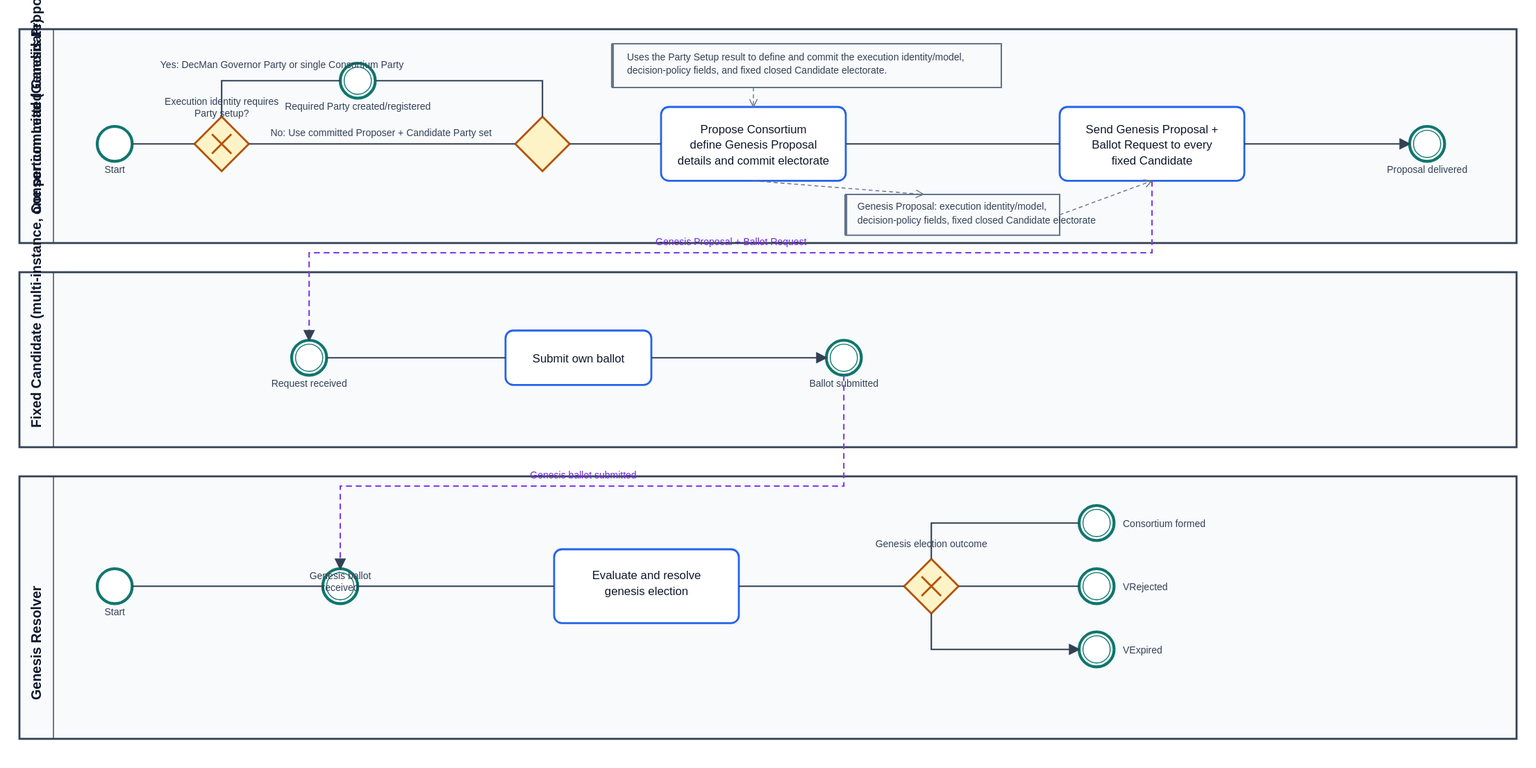
unlockitio/canton-dev-fund keeps this BPMN diagram as proposals/assets/01a-veridica-consortium-formation.svg. Above is the earlier version. Its source is kept beside it as proposals/assets/01a-veridica-consortium-formation.bpmn. Ids are renumbered. Source of this version:
```xml
<bpmn:definitions xmlns:xsi="http://www.w3.org/2001/XMLSchema-instance" xmlns:bpmn="http://www.omg.org/spec/BPMN/20100524/MODEL" xmlns:bpmndi="http://www.omg.org/spec/BPMN/20100524/DI" xmlns:dc="http://www.omg.org/spec/DD/20100524/DC" xmlns:di="http://www.omg.org/spec/DD/20100524/DI" id="Definitions_01a_veridica_consortium_formation" targetNamespace="https://unlockit.io/veridica/bpmn" exporter="Veridica deterministic renderer" exporterVersion="4.0">
  <bpmn:collaboration id="Collaboration">
    <bpmn:participant id="Participant_Lead" name="Consortium Lead (Genesis Proposer)" processRef="Process_Lead" />
    <bpmn:participant id="Participant_Candidates" name="Fixed Candidate (multi-instance, one per committed Candidate)" processRef="Process_Candidates" />
    <bpmn:participant id="Participant_Resolver" name="Genesis Resolver" processRef="Process_Resolver" />
    <bpmn:messageFlow id="Message_Proposal" name="Genesis Proposal + Ballot Request" sourceRef="A_ProposalDelivered" targetRef="A_RequestReceived" />
  </bpmn:collaboration>
  <bpmn:process id="Process_Lead" isExecutable="false">
    <bpmn:startEvent id="A_Start" name="Start">
      <bpmn:outgoing>A1</bpmn:outgoing>
    </bpmn:startEvent>
    <bpmn:exclusiveGateway id="A_PartySetup" name="Execution identity requires Party setup?" gatewayDirection="Diverging">
      <bpmn:incoming>A1</bpmn:incoming>
      <bpmn:outgoing>A2_Yes</bpmn:outgoing>
      <bpmn:outgoing>A2_No</bpmn:outgoing>
    </bpmn:exclusiveGateway>
    <bpmn:intermediateCatchEvent id="A_PartyCreated" name="Required Party created/registered">
      <bpmn:incoming>A2_Yes</bpmn:incoming>
      <bpmn:outgoing>A3</bpmn:outgoing>
    </bpmn:intermediateCatchEvent>
    <bpmn:exclusiveGateway id="A_PartyMerge" gatewayDirection="Converging">
      <bpmn:incoming>A2_No</bpmn:incoming>
      <bpmn:incoming>A3</bpmn:incoming>
      <bpmn:outgoing>A4</bpmn:outgoing>
    </bpmn:exclusiveGateway>
    <bpmn:task id="A_ProposeConsortium" name="Propose Consortium">
      <bpmn:incoming>A4</bpmn:incoming>
      <bpmn:outgoing>A6</bpmn:outgoing>
      <bpmn:dataOutputAssociation id="DataOutputAssociation_n1">
        <bpmn:targetRef>DataObjectReference_n2</bpmn:targetRef>
      </bpmn:dataOutputAssociation>
    </bpmn:task>
    <bpmn:sequenceFlow id="A1" sourceRef="A_Start" targetRef="A_PartySetup" />
    <bpmn:sequenceFlow id="A2_Yes" name="Yes: DecMan Governor Party or single Consortium Party" sourceRef="A_PartySetup" targetRef="A_PartyCreated" />
    <bpmn:sequenceFlow id="A2_No" name="No: Use committed Proposer + Candidate Party set" sourceRef="A_PartySetup" targetRef="A_PartyMerge" />
    <bpmn:sequenceFlow id="A3" sourceRef="A_PartyCreated" targetRef="A_PartyMerge" />
    <bpmn:sequenceFlow id="A4" sourceRef="A_PartyMerge" targetRef="A_ProposeConsortium" />
    <bpmn:sequenceFlow id="A6" sourceRef="A_ProposeConsortium" targetRef="A_SendProposal" />
    <bpmn:sequenceFlow id="A7" sourceRef="A_SendProposal" targetRef="A_ProposalDelivered" />
    <bpmn:dataObjectReference id="DataObjectReference_n2" name="Genesis Proposal" dataObjectRef="DataObject_n3" />
    <bpmn:dataObject id="DataObject_n3" />
    <bpmn:task id="A_SendProposal" name="Send Genesis Proposal + Ballot Request to every fixed Candidate">
      <bpmn:incoming>A6</bpmn:incoming>
      <bpmn:outgoing>A7</bpmn:outgoing>
    </bpmn:task>
    <bpmn:intermediateThrowEvent id="A_ProposalDelivered" name="Proposal delivered">
      <bpmn:incoming>A7</bpmn:incoming>
      <bpmn:messageEventDefinition id="MessageEventDefinition_n4" />
    </bpmn:intermediateThrowEvent>
    <bpmn:textAnnotation id="A_DecisionPolicies">
      <bpmn:text>Uses the Party Setup result to define and commit the execution identity/model, decision-policy fields, and fixed closed Candidate electorate.</bpmn:text>
    </bpmn:textAnnotation>
    <bpmn:association id="Assoc_A_DecisionPolicies" sourceRef="A_DecisionPolicies" targetRef="A_ProposeConsortium" />
  </bpmn:process>
  <bpmn:process id="Process_Candidates" isExecutable="false">
    <bpmn:sequenceFlow id="C1" sourceRef="A_RequestReceived" targetRef="A_SubmitBallot" />
    <bpmn:sequenceFlow id="C2" sourceRef="A_SubmitBallot" targetRef="A_BallotSubmitted" />
    <bpmn:startEvent id="A_RequestReceived" name="Request received">
      <bpmn:outgoing>C1</bpmn:outgoing>
      <bpmn:messageEventDefinition />
    </bpmn:startEvent>
    <bpmn:task id="A_SubmitBallot" name="Submit own ballot">
      <bpmn:incoming>C1</bpmn:incoming>
      <bpmn:outgoing>C2</bpmn:outgoing>
    </bpmn:task>
    <bpmn:intermediateThrowEvent id="A_BallotSubmitted" name="Ballot submitted">
      <bpmn:incoming>C2</bpmn:incoming>
      <bpmn:messageEventDefinition id="MessageEventDefinition_n5" />
    </bpmn:intermediateThrowEvent>
  </bpmn:process>
  <bpmn:process id="Process_Resolver" isExecutable="false">
    <bpmn:sequenceFlow id="R2" sourceRef="A_ReceiveBallots" targetRef="A_EvaluateResolve" />
    <bpmn:sequenceFlow id="R3" sourceRef="A_EvaluateResolve" targetRef="A_ElectionOutcome" />
    <bpmn:sequenceFlow id="R4" sourceRef="A_ElectionOutcome" targetRef="A_ConsortiumFormed" />
    <bpmn:sequenceFlow id="R5" sourceRef="A_ElectionOutcome" targetRef="A_VRejected" />
    <bpmn:sequenceFlow id="R6" sourceRef="A_ElectionOutcome" targetRef="A_VExpired" />
    <bpmn:task id="A_EvaluateResolve" name="Evaluate and resolve genesis election">
      <bpmn:incoming>R2</bpmn:incoming>
      <bpmn:outgoing>R3</bpmn:outgoing>
    </bpmn:task>
    <bpmn:exclusiveGateway id="A_ElectionOutcome" name="Genesis election outcome" gatewayDirection="Diverging">
      <bpmn:incoming>R3</bpmn:incoming>
      <bpmn:outgoing>R4</bpmn:outgoing>
      <bpmn:outgoing>R5</bpmn:outgoing>
      <bpmn:outgoing>R6</bpmn:outgoing>
    </bpmn:exclusiveGateway>
    <bpmn:endEvent id="A_ConsortiumFormed" name="Consortium formed">
      <bpmn:incoming>R4</bpmn:incoming>
    </bpmn:endEvent>
    <bpmn:endEvent id="A_VRejected" name="VRejected">
      <bpmn:incoming>R5</bpmn:incoming>
    </bpmn:endEvent>
    <bpmn:endEvent id="A_VExpired" name="VExpired">
      <bpmn:incoming>R6</bpmn:incoming>
    </bpmn:endEvent>
    <bpmn:startEvent id="A_ReceiveBallots" name="Genesis ballot received">
      <bpmn:outgoing>R2</bpmn:outgoing>
      <bpmn:conditionalEventDefinition id="ConditionalEventDefinition_n6">
        <bpmn:condition xsi:type="bpmn:tFormalExpression" />
      </bpmn:conditionalEventDefinition>
    </bpmn:startEvent>
  </bpmn:process>
  <bpmndi:BPMNDiagram id="Diagram">
    <bpmndi:BPMNPlane id="Plane" bpmnElement="Collaboration">
      <bpmndi:BPMNShape id="DI_Participant_Lead" bpmnElement="Participant_Lead" isHorizontal="true">
        <dc:Bounds x="20" y="30" width="1540" height="360" />
      </bpmndi:BPMNShape>
      <bpmndi:BPMNShape id="DI_A_Start" bpmnElement="A_Start">
        <dc:Bounds x="100" y="126" width="36" height="36" />
      </bpmndi:BPMNShape>
      <bpmndi:BPMNShape id="DI_A_PartySetup" bpmnElement="A_PartySetup" isMarkerVisible="true">
        <dc:Bounds x="200" y="120" width="56" height="56" />
      </bpmndi:BPMNShape>
      <bpmndi:BPMNShape id="DI_A_PartyCreated" bpmnElement="A_PartyCreated">
        <dc:Bounds x="350" y="65" width="36" height="36" />
      </bpmndi:BPMNShape>
      <bpmndi:BPMNShape id="DI_A_PartyMerge" bpmnElement="A_PartyMerge" isMarkerVisible="true">
        <dc:Bounds x="530" y="120" width="56" height="56" />
      </bpmndi:BPMNShape>
      <bpmndi:BPMNShape id="DI_A_ProposeConsortium" bpmnElement="A_ProposeConsortium">
        <dc:Bounds x="680" y="110" width="190" height="76" />
      </bpmndi:BPMNShape>
      <bpmndi:BPMNShape id="DataObjectReference_n2_di" bpmnElement="DataObjectReference_n2">
        <dc:Bounds x="757" y="235" width="36" height="50" />
        <bpmndi:BPMNLabel>
          <dc:Bounds x="732" y="292" width="87" height="14" />
        </bpmndi:BPMNLabel>
      </bpmndi:BPMNShape>
      <bpmndi:BPMNShape id="DI_A_SendProposal" bpmnElement="A_SendProposal">
        <dc:Bounds x="1005" y="110" width="190" height="76" />
      </bpmndi:BPMNShape>
      <bpmndi:BPMNShape id="Event_10jy2o2_di" bpmnElement="A_ProposalDelivered">
        <dc:Bounds x="1342" y="130" width="36" height="36" />
        <bpmndi:BPMNLabel>
          <dc:Bounds x="1337" y="93" width="45" height="27" />
        </bpmndi:BPMNLabel>
      </bpmndi:BPMNShape>
      <bpmndi:BPMNShape id="DI_A_DecisionPolicies" bpmnElement="A_DecisionPolicies">
        <dc:Bounds x="630" y="45" width="270" height="45" />
      </bpmndi:BPMNShape>
      <bpmndi:BPMNEdge id="DI_A1" bpmnElement="A1">
        <di:waypoint x="136" y="144" />
        <di:waypoint x="200" y="144" />
      </bpmndi:BPMNEdge>
      <bpmndi:BPMNEdge id="DI_A2_Yes" bpmnElement="A2_Yes">
        <di:waypoint x="228" y="120" />
        <di:waypoint x="228" y="83" />
        <di:waypoint x="350" y="83" />
        <bpmndi:BPMNLabel>
          <dc:Bounds x="125" y="53" width="89" height="53" />
        </bpmndi:BPMNLabel>
      </bpmndi:BPMNEdge>
      <bpmndi:BPMNEdge id="DI_A2_No" bpmnElement="A2_No">
        <di:waypoint x="256" y="148" />
        <di:waypoint x="530" y="148" />
        <bpmndi:BPMNLabel>
          <dc:Bounds x="354" y="157" width="79" height="66" />
        </bpmndi:BPMNLabel>
      </bpmndi:BPMNEdge>
      <bpmndi:BPMNEdge id="DI_A3" bpmnElement="A3">
        <di:waypoint x="386" y="83" />
        <di:waypoint x="558" y="83" />
        <di:waypoint x="558" y="120" />
      </bpmndi:BPMNEdge>
      <bpmndi:BPMNEdge id="DI_A4" bpmnElement="A4">
        <di:waypoint x="586" y="148" />
        <di:waypoint x="680" y="148" />
      </bpmndi:BPMNEdge>
      <bpmndi:BPMNEdge id="DI_A6" bpmnElement="A6">
        <di:waypoint x="870" y="148" />
        <di:waypoint x="1005" y="148" />
      </bpmndi:BPMNEdge>
      <bpmndi:BPMNEdge id="DI_A7" bpmnElement="A7">
        <di:waypoint x="1195" y="148" />
        <di:waypoint x="1342" y="148" />
      </bpmndi:BPMNEdge>
      <bpmndi:BPMNEdge id="DI_Assoc_A_DecisionPolicies" bpmnElement="Assoc_A_DecisionPolicies">
        <di:waypoint x="775" y="90" />
        <di:waypoint x="775" y="110" />
      </bpmndi:BPMNEdge>
      <bpmndi:BPMNShape id="DI_Participant_Candidates" bpmnElement="Participant_Candidates" isHorizontal="true">
        <dc:Bounds x="20" y="410" width="1540" height="180" />
      </bpmndi:BPMNShape>
      <bpmndi:BPMNShape id="DI_A_RequestReceived" bpmnElement="A_RequestReceived">
        <dc:Bounds x="102" y="480" width="36" height="36" />
        <bpmndi:BPMNLabel>
          <dc:Bounds x="77" y="516" width="86" height="14" />
        </bpmndi:BPMNLabel>
      </bpmndi:BPMNShape>
      <bpmndi:BPMNShape id="DI_A_SubmitBallot" bpmnElement="A_SubmitBallot">
        <dc:Bounds x="235" y="470" width="150" height="56" />
      </bpmndi:BPMNShape>
      <bpmndi:BPMNShape id="Event_15ssiat_di" bpmnElement="A_BallotSubmitted">
        <dc:Bounds x="502" y="480" width="36" height="36" />
        <bpmndi:BPMNLabel>
          <dc:Bounds x="480" y="456" width="79" height="14" />
        </bpmndi:BPMNLabel>
      </bpmndi:BPMNShape>
      <bpmndi:BPMNEdge id="DI_C1" bpmnElement="C1">
        <di:waypoint x="138" y="498" />
        <di:waypoint x="235" y="498" />
      </bpmndi:BPMNEdge>
      <bpmndi:BPMNEdge id="DI_C2" bpmnElement="C2">
        <di:waypoint x="385" y="498" />
        <di:waypoint x="502" y="498" />
      </bpmndi:BPMNEdge>
      <bpmndi:BPMNShape id="DI_Participant_Resolver" bpmnElement="Participant_Resolver" isHorizontal="true">
        <dc:Bounds x="20" y="620" width="1540" height="270" />
      </bpmndi:BPMNShape>
      <bpmndi:BPMNShape id="DI_A_EvaluateResolve" bpmnElement="A_EvaluateResolve">
        <dc:Bounds x="235" y="695" width="190" height="76" />
      </bpmndi:BPMNShape>
      <bpmndi:BPMNShape id="DI_A_ElectionOutcome" bpmnElement="A_ElectionOutcome" isMarkerVisible="true">
        <dc:Bounds x="492" y="705" width="56" height="56" />
        <bpmndi:BPMNLabel>
          <dc:Bounds x="479" y="761" width="82" height="27" />
        </bpmndi:BPMNLabel>
      </bpmndi:BPMNShape>
      <bpmndi:BPMNShape id="DI_A_ConsortiumFormed" bpmnElement="A_ConsortiumFormed">
        <dc:Bounds x="632" y="650" width="36" height="36" />
        <bpmndi:BPMNLabel>
          <dc:Bounds x="622" y="686" width="57" height="27" />
        </bpmndi:BPMNLabel>
      </bpmndi:BPMNShape>
      <bpmndi:BPMNShape id="DI_A_VRejected" bpmnElement="A_VRejected">
        <dc:Bounds x="632" y="715" width="36" height="36" />
        <bpmndi:BPMNLabel>
          <dc:Bounds x="625" y="751" width="51" height="14" />
        </bpmndi:BPMNLabel>
      </bpmndi:BPMNShape>
      <bpmndi:BPMNShape id="DI_A_VExpired" bpmnElement="A_VExpired">
        <dc:Bounds x="632" y="780" width="36" height="36" />
        <bpmndi:BPMNLabel>
          <dc:Bounds x="628" y="816" width="45" height="14" />
        </bpmndi:BPMNLabel>
      </bpmndi:BPMNShape>
      <bpmndi:BPMNShape id="Event_1elhw67_di" bpmnElement="A_ReceiveBallots">
        <dc:Bounds x="102" y="715" width="36" height="36" />
        <bpmndi:BPMNLabel>
          <dc:Bounds x="85" y="751" width="70" height="27" />
        </bpmndi:BPMNLabel>
      </bpmndi:BPMNShape>
      <bpmndi:BPMNEdge id="DI_R2" bpmnElement="R2">
        <di:waypoint x="138" y="733" />
        <di:waypoint x="235" y="733" />
      </bpmndi:BPMNEdge>
      <bpmndi:BPMNEdge id="DI_R3" bpmnElement="R3">
        <di:waypoint x="425" y="733" />
        <di:waypoint x="492" y="733" />
      </bpmndi:BPMNEdge>
      <bpmndi:BPMNEdge id="DI_R4" bpmnElement="R4">
        <di:waypoint x="520" y="705" />
        <di:waypoint x="520" y="668" />
        <di:waypoint x="632" y="668" />
      </bpmndi:BPMNEdge>
      <bpmndi:BPMNEdge id="DI_R5" bpmnElement="R5">
        <di:waypoint x="548" y="733" />
        <di:waypoint x="632" y="733" />
      </bpmndi:BPMNEdge>
      <bpmndi:BPMNEdge id="DI_R6" bpmnElement="R6">
        <di:waypoint x="520" y="761" />
        <di:waypoint x="520" y="798" />
        <di:waypoint x="632" y="798" />
      </bpmndi:BPMNEdge>
      <bpmndi:BPMNEdge id="DataOutputAssociation_n1_di" bpmnElement="DataOutputAssociation_n1">
        <di:waypoint x="774" y="186" />
        <di:waypoint x="773" y="235" />
      </bpmndi:BPMNEdge>
      <bpmndi:BPMNEdge id="DI_Message_Proposal" bpmnElement="Message_Proposal">
        <di:waypoint x="1362" y="166" />
        <di:waypoint x="1362" y="340" />
        <di:waypoint x="120" y="340" />
        <di:waypoint x="120" y="480" />
        <bpmndi:BPMNLabel>
          <dc:Bounds x="1376" y="326" width="87" height="27" />
        </bpmndi:BPMNLabel>
      </bpmndi:BPMNEdge>
    </bpmndi:BPMNPlane>
  </bpmndi:BPMNDiagram>
</bpmn:definitions>
```
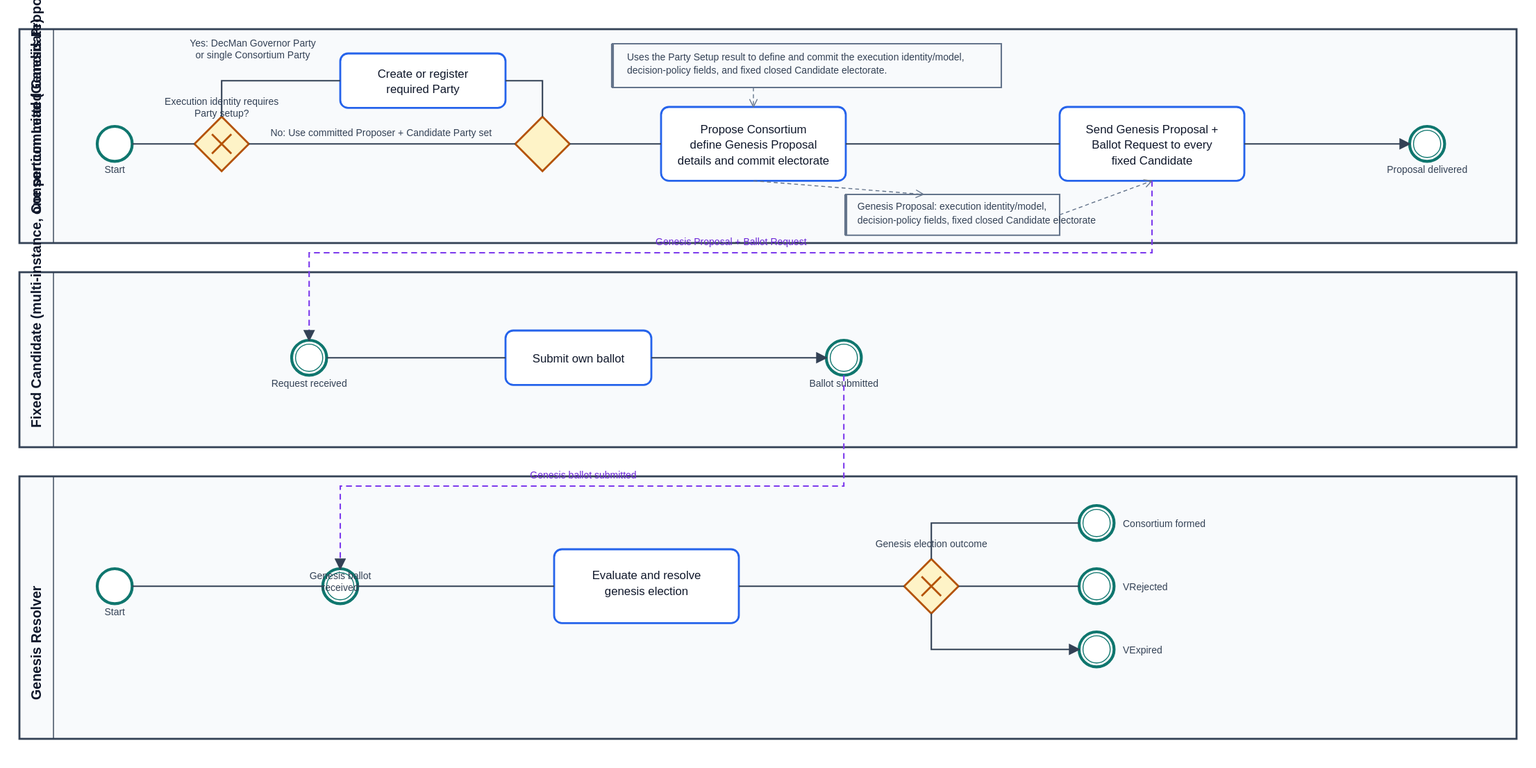
The same diagram one commit later.

Commit message:
Model required Party registration

Diff of the diagram source:
```diff
@@ -14,10 +14,10 @@
       <bpmn:outgoing>A2_Yes</bpmn:outgoing>
       <bpmn:outgoing>A2_No</bpmn:outgoing>
     </bpmn:exclusiveGateway>
-    <bpmn:intermediateCatchEvent id="A_PartyCreated" name="Required Party created/registered">
+    <bpmn:task id="A_PartyCreated" name="Create or register required Party">
       <bpmn:incoming>A2_Yes</bpmn:incoming>
       <bpmn:outgoing>A3</bpmn:outgoing>
-    </bpmn:intermediateCatchEvent>
+    </bpmn:task>
     <bpmn:exclusiveGateway id="A_PartyMerge" gatewayDirection="Converging">
       <bpmn:incoming>A2_No</bpmn:incoming>
       <bpmn:incoming>A3</bpmn:incoming>
@@ -112,7 +112,7 @@
         <dc:Bounds x="200" y="120" width="56" height="56" />
       </bpmndi:BPMNShape>
       <bpmndi:BPMNShape id="DI_A_PartyCreated" bpmnElement="A_PartyCreated">
-        <dc:Bounds x="350" y="65" width="36" height="36" />
+        <dc:Bounds x="350" y="55" width="170" height="56" />
       </bpmndi:BPMNShape>
       <bpmndi:BPMNShape id="DI_A_PartyMerge" bpmnElement="A_PartyMerge" isMarkerVisible="true">
         <dc:Bounds x="530" y="120" width="56" height="56" />
@@ -158,7 +158,7 @@
         </bpmndi:BPMNLabel>
       </bpmndi:BPMNEdge>
       <bpmndi:BPMNEdge id="DI_A3" bpmnElement="A3">
-        <di:waypoint x="386" y="83" />
+        <di:waypoint x="520" y="83" />
         <di:waypoint x="558" y="83" />
         <di:waypoint x="558" y="120" />
       </bpmndi:BPMNEdge>
```
